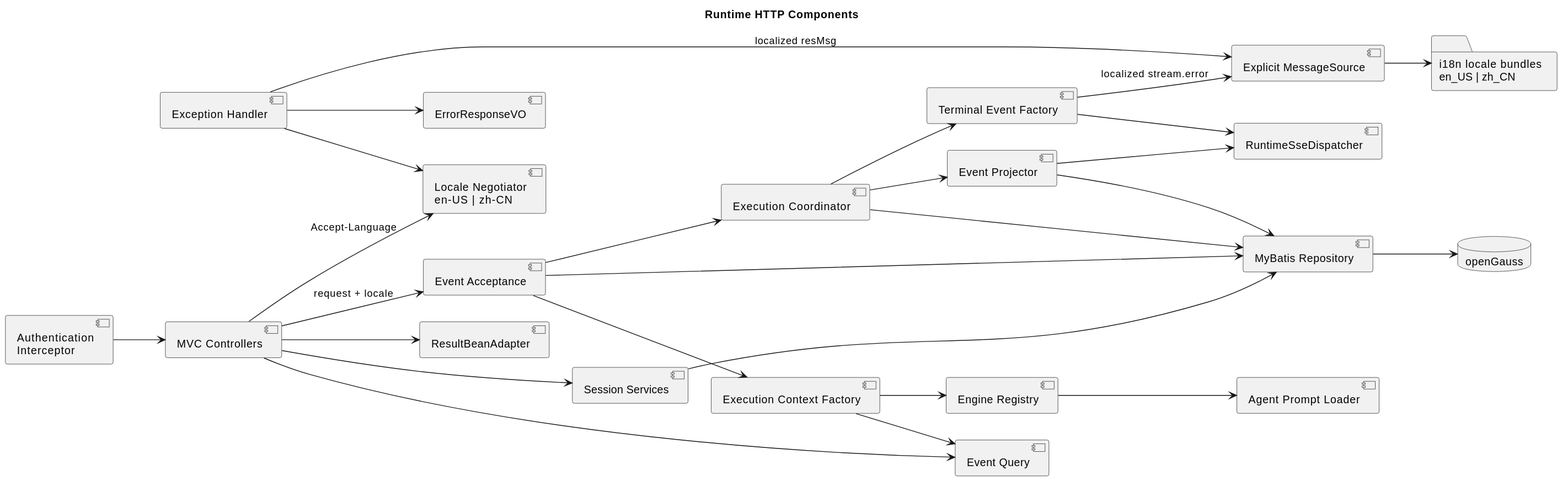
2862282695gjh-afk/pi-mono-java keeps this PlantUML diagram as docs/designs/coding-agent-cli/runtime-http-components.svg. Above is the earlier version.
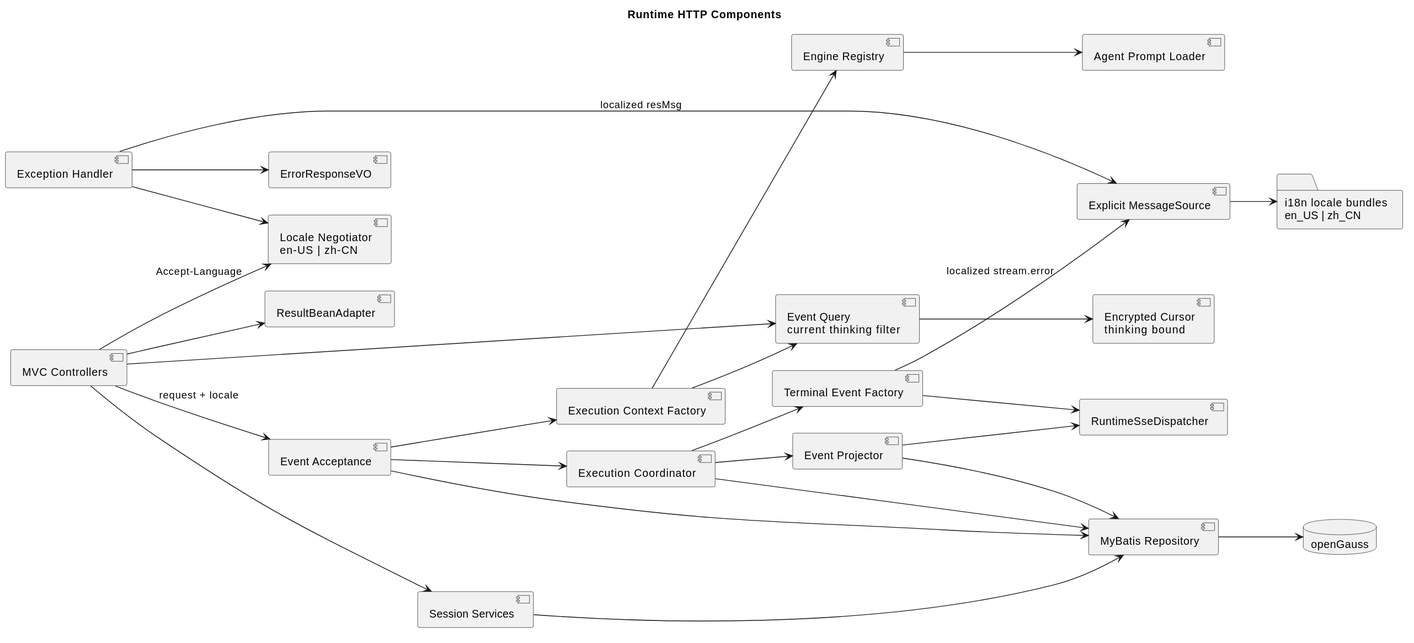
The same diagram one commit later.

Change to the diagram source:
```diff
@@ -4,7 +4,6 @@
 
 
 component "MVC Controllers" as Controllers
-component "Authentication\nInterceptor" as Auth
 component "Locale Negotiator\nen-US | zh-CN" as LocaleNegotiator
 component "Exception Handler" as Errors
 component "ResultBeanAdapter" as Result
@@ -13,7 +12,8 @@
 folder "i18n locale bundles\nen_US | zh_CN" as Bundles
 component "Session Services" as Sessions
 component "Event Acceptance" as Events
-component "Event Query" as Queries
+component "Event Query\ncurrent thinking filter" as Queries
+component "Encrypted Cursor\nthinking bound" as Cursor
 component "Execution Context Factory" as Context
 component "Execution Coordinator" as Coordinator
 component "Terminal Event Factory" as TerminalEvents
@@ -24,7 +24,6 @@
 component "MyBatis Repository" as Repository
 database "openGauss" as Db
 
-Auth --> Controllers
 Controllers --> LocaleNegotiator : Accept-Language
 Controllers --> Sessions
 Controllers --> Events : request + locale
@@ -39,6 +38,7 @@
 Events --> Context
 Events --> Coordinator
 Context --> Queries
+Queries --> Cursor
 Context --> Engine
 Coordinator --> TerminalEvents
 Coordinator --> Projector
```
